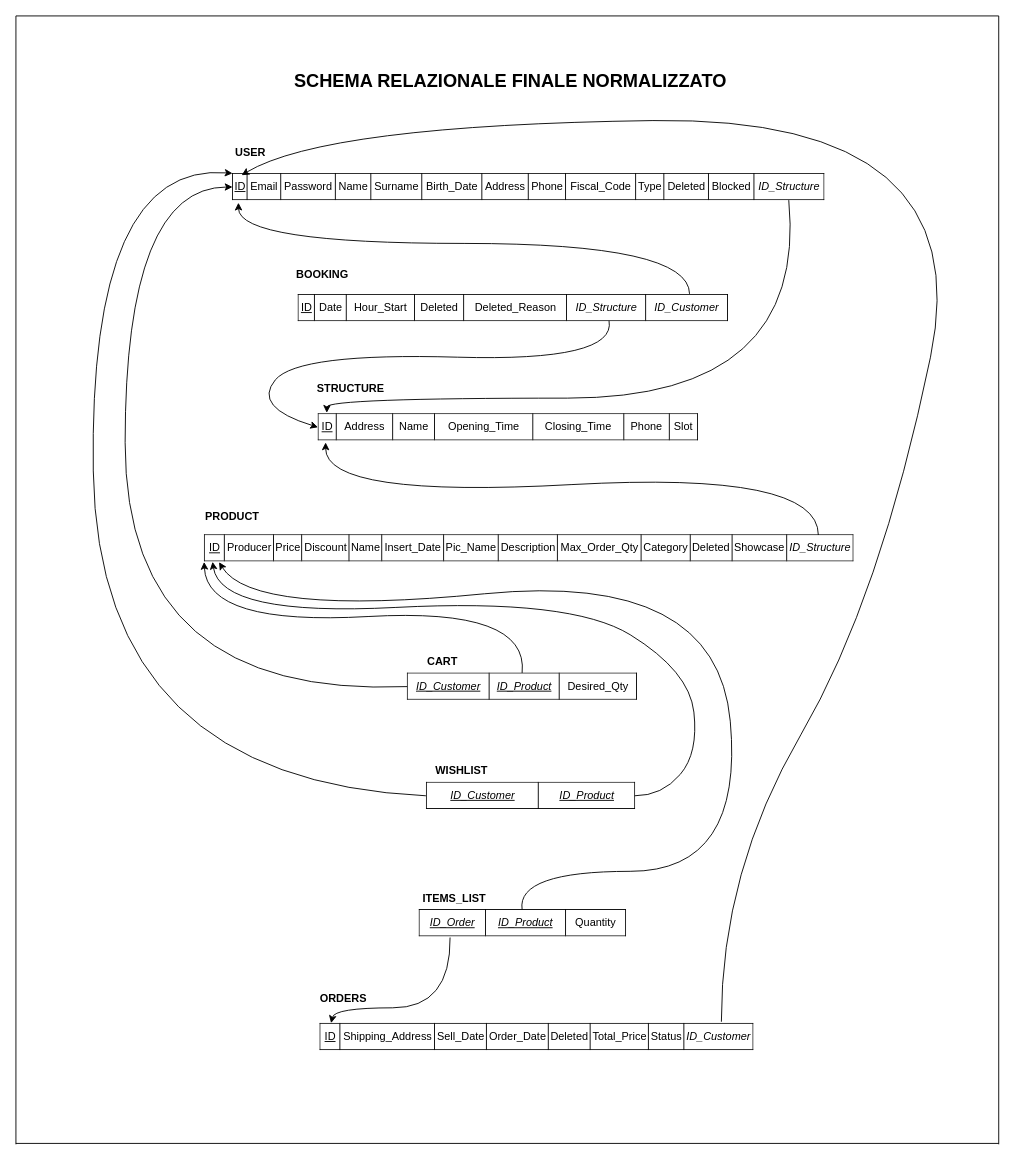
The draw.io diagram db/Final_Schema_Relazionale_NORMALIZZATO.drawio in lilpilgit/Barber, before the edit. Source tidied: cells renumbered, new cells numbered last; positions are measured from the earlier drawing's top-left corner, leaving out a move shared by most shapes. Both pictures are drawn from the tidied source at 91%, with x=0, y=0 at pixel (15, 15).
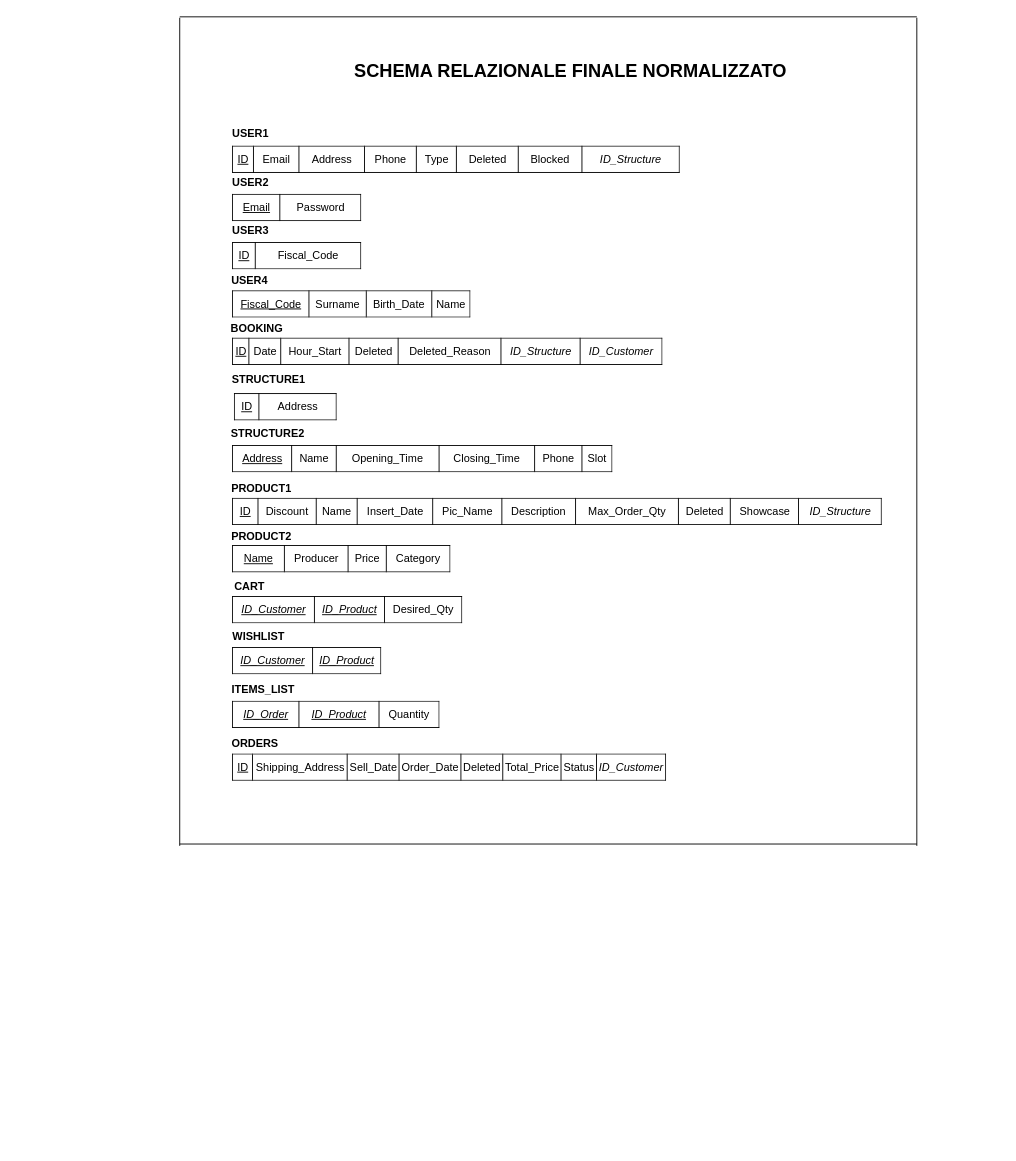
The same diagram, later.

Change to the diagram source:
```diff
@@
-    <mxCell id="2" value="&lt;table border=&quot;1&quot; width=&quot;100%&quot; style=&quot;width: 100% ; height: 100% ; border-collapse: collapse ; border: 1px solid rgb(0 , 0 , 0)&quot;&gt;&lt;tbody&gt;&lt;tr&gt;&lt;td&gt;&lt;u&gt;ID&lt;/u&gt;&lt;/td&gt;&lt;td&gt;Address&lt;/td&gt;&lt;td&gt;Name&lt;/td&gt;&lt;td&gt;Opening_Time&lt;/td&gt;&lt;td&gt;Closing_Time&lt;/td&gt;&lt;td&gt;Phone&lt;/td&gt;&lt;td&gt;Slot&lt;/td&gt;&lt;/tr&gt;&lt;/tbody&gt;&lt;/table&gt;" style="text;html=1;strokeColor=none;fillColor=none;overflow=fill;align=center;" parent="1" vertex="1">
-      <mxGeometry x="332" y="437" width="417.5" height="30" as="geometry" />
+    <mxCell id="2" value="&lt;table border=&quot;1&quot; width=&quot;100%&quot; style=&quot;width: 100% ; height: 100% ; border-collapse: collapse ; border: 1px solid rgb(0 , 0 , 0)&quot;&gt;&lt;tbody&gt;&lt;tr&gt;&lt;td&gt;&lt;u&gt;Address&lt;/u&gt;&lt;/td&gt;&lt;td&gt;Name&lt;/td&gt;&lt;td&gt;Opening_Time&lt;/td&gt;&lt;td&gt;Closing_Time&lt;/td&gt;&lt;td&gt;Phone&lt;/td&gt;&lt;td&gt;Slot&lt;/td&gt;&lt;/tr&gt;&lt;/tbody&gt;&lt;/table&gt;" style="text;html=1;strokeColor=none;fillColor=none;overflow=fill;align=center;" parent="1" vertex="1">
+      <mxGeometry x="238" y="472" width="417.5" height="30" as="geometry" />
     </mxCell>
-    <mxCell id="3" value="&lt;b&gt;STRUCTURE&lt;/b&gt;" style="text;html=1;strokeColor=none;fillColor=none;align=center;verticalAlign=middle;whiteSpace=wrap;rounded=0;" parent="1" vertex="1">
-      <mxGeometry x="347.5" y="400" width="40" height="20" as="geometry" />
+    <mxCell id="3" value="&lt;b&gt;STRUCTURE2&lt;/b&gt;" style="text;html=1;strokeColor=none;fillColor=none;align=center;verticalAlign=middle;whiteSpace=wrap;rounded=0;" parent="1" vertex="1">
+      <mxGeometry x="256.5" y="449" width="40" height="20" as="geometry" />
     </mxCell>
     <mxCell id="4" value="&lt;table border=&quot;1&quot; width=&quot;100%&quot; style=&quot;width: 100% ; height: 100% ; border-collapse: collapse ; border: 1px solid rgb(0 , 0 , 0)&quot;&gt;&lt;tbody&gt;&lt;tr&gt;&lt;td&gt;&lt;u&gt;ID&lt;/u&gt;&lt;/td&gt;&lt;td&gt;Date&lt;/td&gt;&lt;td&gt;Hour_Start&lt;/td&gt;&lt;td&gt;Deleted&lt;/td&gt;&lt;td&gt;Deleted_Reason&lt;/td&gt;&lt;td&gt;&lt;i&gt;ID_Structure&lt;/i&gt;&lt;/td&gt;&lt;td&gt;&lt;i&gt;ID_Customer&lt;/i&gt;&lt;/td&gt;&lt;/tr&gt;&lt;/tbody&gt;&lt;/table&gt;" style="text;html=1;strokeColor=none;fillColor=none;overflow=fill;align=center;" parent="1" vertex="1">
-      <mxGeometry x="309.8" y="306" width="473" height="30" as="geometry" />
+      <mxGeometry x="238" y="354" width="473" height="30" as="geometry" />
     </mxCell>
     <mxCell id="5" value="&lt;b&gt;BOOKING&lt;/b&gt;" style="text;html=1;strokeColor=none;fillColor=none;align=center;verticalAlign=middle;whiteSpace=wrap;rounded=0;" parent="1" vertex="1">
-      <mxGeometry x="316.8" y="275" width="40" height="20" as="geometry" />
+      <mxGeometry x="245" y="334" width="40" height="20" as="geometry" />
     </mxCell>
-    <mxCell id="6" value="&lt;table border=&quot;1&quot; width=&quot;100%&quot; style=&quot;width: 100% ; height: 100% ; border-collapse: collapse ; border: 1px solid rgb(0 , 0 , 0)&quot;&gt;&lt;tbody&gt;&lt;tr&gt;&lt;td&gt;&amp;nbsp;&lt;u&gt;ID&lt;/u&gt;&amp;nbsp;&lt;/td&gt;&lt;td&gt;Producer&lt;/td&gt;&lt;td&gt;Price&lt;/td&gt;&lt;td&gt;Discount&lt;/td&gt;&lt;td&gt;Name&lt;/td&gt;&lt;td&gt;Insert_Date&lt;/td&gt;&lt;td&gt;Pic_Name&lt;/td&gt;&lt;td&gt;Description&lt;/td&gt;&lt;td&gt;Max_Order_Qty&lt;/td&gt;&lt;td&gt;Category&lt;/td&gt;&lt;td&gt;Deleted&lt;/td&gt;&lt;td&gt;Showcase&lt;/td&gt;&lt;td&gt;&lt;i&gt;ID_Structure&lt;/i&gt;&lt;/td&gt;&lt;/tr&gt;&lt;/tbody&gt;&lt;/table&gt;" style="text;html=1;strokeColor=none;fillColor=none;overflow=fill;align=center;" parent="1" vertex="1">
-      <mxGeometry x="206.8" y="570" width="713.5" height="30" as="geometry" />
+    <mxCell id="6" value="&lt;table border=&quot;1&quot; width=&quot;100%&quot; style=&quot;width: 100% ; height: 100% ; border-collapse: collapse ; border: 1px solid rgb(0 , 0 , 0)&quot;&gt;&lt;tbody&gt;&lt;tr&gt;&lt;td&gt;&amp;nbsp;&lt;u&gt;ID&lt;/u&gt;&amp;nbsp;&lt;/td&gt;&lt;td&gt;Discount&lt;/td&gt;&lt;td&gt;Name&lt;/td&gt;&lt;td&gt;Insert_Date&lt;/td&gt;&lt;td&gt;Pic_Name&lt;/td&gt;&lt;td&gt;Description&lt;/td&gt;&lt;td&gt;Max_Order_Qty&lt;/td&gt;&lt;td&gt;Deleted&lt;/td&gt;&lt;td&gt;Showcase&lt;/td&gt;&lt;td&gt;&lt;i&gt;ID_Structure&lt;/i&gt;&lt;/td&gt;&lt;/tr&gt;&lt;/tbody&gt;&lt;/table&gt;" style="text;html=1;strokeColor=none;fillColor=none;overflow=fill;align=center;" parent="1" vertex="1">
+      <mxGeometry x="238" y="530" width="713.5" height="30" as="geometry" />
     </mxCell>
-    <mxCell id="7" value="&lt;b&gt;PRODUCT&lt;/b&gt;" style="text;html=1;strokeColor=none;fillColor=none;align=center;verticalAlign=middle;whiteSpace=wrap;rounded=0;" parent="1" vertex="1">
-      <mxGeometry x="218.2" y="540" width="40" height="20" as="geometry" />
+    <mxCell id="7" value="&lt;b&gt;PRODUCT1&lt;/b&gt;" style="text;html=1;strokeColor=none;fillColor=none;align=center;verticalAlign=middle;whiteSpace=wrap;rounded=0;" parent="1" vertex="1">
+      <mxGeometry x="249.5" y="510" width="40" height="20" as="geometry" />
     </mxCell>
     <mxCell id="8" value="&lt;table border=&quot;1&quot; width=&quot;100%&quot; style=&quot;width: 100% ; height: 100% ; border-collapse: collapse ; border: 1px solid rgb(0 , 0 , 0)&quot;&gt;&lt;tbody&gt;&lt;tr&gt;&lt;td&gt;&lt;span style=&quot;font-style: normal&quot;&gt;&amp;nbsp;&lt;u&gt;ID&lt;/u&gt;&amp;nbsp;&lt;/span&gt;&lt;/td&gt;&lt;td&gt;&lt;span style=&quot;font-style: normal&quot;&gt;Shipping_Address&lt;/span&gt;&lt;/td&gt;&lt;td&gt;&lt;span style=&quot;font-style: normal&quot;&gt;Sell_Date&lt;/span&gt;&lt;/td&gt;&lt;td&gt;&lt;span style=&quot;font-style: normal&quot;&gt;Order_Date&lt;/span&gt;&lt;/td&gt;&lt;td&gt;&lt;span style=&quot;font-style: normal&quot;&gt;Deleted&lt;/span&gt;&lt;/td&gt;&lt;td&gt;&lt;span style=&quot;font-style: normal&quot;&gt;Total_Price&lt;/span&gt;&lt;/td&gt;&lt;td&gt;&lt;span style=&quot;font-style: normal&quot;&gt;Status&lt;/span&gt;&lt;/td&gt;&lt;td&gt;ID_Customer&lt;/td&gt;&lt;/tr&gt;&lt;/tbody&gt;&lt;/table&gt;" style="text;html=1;strokeColor=none;fillColor=none;overflow=fill;align=center;fontStyle=2;" parent="1" vertex="1">
-      <mxGeometry x="333.5" y="1107" width="476.5" height="30" as="geometry" />
+      <mxGeometry x="238.2" y="811" width="476.5" height="30" as="geometry" />
     </mxCell>
     <mxCell id="9" value="&lt;b&gt;ORDERS&lt;/b&gt;" style="text;html=1;strokeColor=none;fillColor=none;align=center;verticalAlign=middle;whiteSpace=wrap;rounded=0;" parent="1" vertex="1">
-      <mxGeometry x="332" y="1070" width="55.5" height="20" as="geometry" />
+      <mxGeometry x="235" y="790" width="55.5" height="20" as="geometry" />
     </mxCell>
-    <mxCell id="10" value="&lt;table border=&quot;1&quot; width=&quot;100%&quot; style=&quot;width: 100% ; height: 100% ; border-collapse: collapse ; border: 1px solid rgb(0 , 0 , 0)&quot;&gt;&lt;tbody&gt;&lt;tr&gt;&lt;td&gt;&lt;u&gt;ID&lt;/u&gt;&lt;/td&gt;&lt;td&gt;Email&lt;/td&gt;&lt;td&gt;Password&lt;/td&gt;&lt;td&gt;Name&lt;/td&gt;&lt;td&gt;Surname&lt;/td&gt;&lt;td&gt;Birth_Date&lt;/td&gt;&lt;td&gt;Address&lt;/td&gt;&lt;td&gt;Phone&lt;/td&gt;&lt;td&gt;Fiscal_Code&lt;/td&gt;&lt;td&gt;Type&lt;/td&gt;&lt;td&gt;Deleted&lt;/td&gt;&lt;td&gt;Blocked&lt;/td&gt;&lt;td&gt;&lt;i&gt;ID_Structure&lt;/i&gt;&lt;/td&gt;&lt;/tr&gt;&lt;/tbody&gt;&lt;/table&gt;" style="text;html=1;strokeColor=none;fillColor=none;overflow=fill;align=center;" parent="1" vertex="1">
-      <mxGeometry x="238" y="173" width="651" height="30" as="geometry" />
+    <mxCell id="10" value="&lt;table border=&quot;1&quot; width=&quot;100%&quot; style=&quot;width: 100% ; height: 100% ; border-collapse: collapse ; border: 1px solid rgb(0 , 0 , 0)&quot;&gt;&lt;tbody&gt;&lt;tr&gt;&lt;td&gt;&lt;u&gt;ID&lt;/u&gt;&lt;/td&gt;&lt;td&gt;Email&lt;/td&gt;&lt;td&gt;Address&lt;/td&gt;&lt;td&gt;Phone&lt;/td&gt;&lt;td&gt;Type&lt;/td&gt;&lt;td&gt;Deleted&lt;/td&gt;&lt;td&gt;Blocked&lt;/td&gt;&lt;td&gt;&lt;i&gt;ID_Structure&lt;/i&gt;&lt;/td&gt;&lt;/tr&gt;&lt;/tbody&gt;&lt;/table&gt;" style="text;html=1;strokeColor=none;fillColor=none;overflow=fill;align=center;" parent="1" vertex="1">
+      <mxGeometry x="238" y="143" width="492" height="30" as="geometry" />
     </mxCell>
-    <mxCell id="11" value="&lt;b&gt;USER&lt;/b&gt;" style="text;html=1;strokeColor=none;fillColor=none;align=center;verticalAlign=middle;whiteSpace=wrap;rounded=0;" parent="1" vertex="1">
-      <mxGeometry x="238" y="140" width="40" height="20" as="geometry" />
+    <mxCell id="11" value="&lt;b&gt;USER1&lt;/b&gt;" style="text;html=1;strokeColor=none;fillColor=none;align=center;verticalAlign=middle;whiteSpace=wrap;rounded=0;" parent="1" vertex="1">
+      <mxGeometry x="238" y="120" width="40" height="20" as="geometry" />
     </mxCell>
     <mxCell id="12" value="&lt;b&gt;&lt;font style=&quot;font-size: 20px&quot;&gt;SCHEMA RELAZIONALE FINALE NORMALIZZATO&lt;/font&gt;&lt;/b&gt;" style="text;html=1;strokeColor=none;fillColor=none;align=left;verticalAlign=middle;whiteSpace=wrap;rounded=0;" parent="1" vertex="1">
-      <mxGeometry x="304" y="61" width="606" height="20" as="geometry" />
+      <mxGeometry x="370" y="50" width="606" height="20" as="geometry" />
     </mxCell>
     <mxCell id="13" style="endArrow=none;html=1;rounded=0;strokeColor=#000000;" parent="1" edge="1">
       <mxGeometry relative="1" as="geometry">
-        <mxPoint y="1240" as="sourcePoint" />
-        <mxPoint as="targetPoint" />
+        <mxPoint x="180" y="912" as="sourcePoint" />
+        <mxPoint x="180" y="2" as="targetPoint" />
       </mxGeometry>
     </mxCell>
     <mxCell id="14" style="endArrow=none;html=1;rounded=0;strokeColor=#000000;" parent="1" edge="1">
       <mxGeometry relative="1" as="geometry">
-        <mxPoint as="sourcePoint" />
-        <mxPoint x="1080" as="targetPoint" />
+        <mxPoint x="180" y="1" as="sourcePoint" />
+        <mxPoint x="990" y="1" as="targetPoint" />
       </mxGeometry>
     </mxCell>
     <mxCell id="15" style="endArrow=none;html=1;rounded=0;strokeColor=#000000;" parent="1" edge="1">
       <mxGeometry relative="1" as="geometry">
-        <mxPoint x="1080" y="1240" as="sourcePoint" />
-        <mxPoint x="1080" as="targetPoint" />
+        <mxPoint x="990" y="912" as="sourcePoint" />
+        <mxPoint x="990" y="2" as="targetPoint" />
       </mxGeometry>
     </mxCell>
     <mxCell id="16" style="endArrow=none;html=1;rounded=0;strokeColor=#000000;" parent="1" edge="1">
       <mxGeometry relative="1" as="geometry">
-        <mxPoint y="1239" as="sourcePoint" />
-        <mxPoint x="1080" y="1239" as="targetPoint" />
+        <mxPoint x="180" y="910" as="sourcePoint" />
+        <mxPoint x="990" y="910" as="targetPoint" />
       </mxGeometry>
     </mxCell>
     <mxCell id="17" value="&lt;table border=&quot;1&quot; width=&quot;100%&quot; style=&quot;width: 100% ; height: 100% ; border-collapse: collapse ; border: 1px solid rgb(0 , 0 , 0)&quot;&gt;&lt;tbody&gt;&lt;tr&gt;&lt;td&gt;&lt;u&gt;ID_Customer&lt;/u&gt;&lt;/td&gt;&lt;td&gt;&lt;u&gt;ID_Product&lt;/u&gt;&lt;/td&gt;&lt;td&gt;&lt;span style=&quot;font-style: normal&quot;&gt;Desired_Qty&lt;/span&gt;&lt;/td&gt;&lt;/tr&gt;&lt;/tbody&gt;&lt;/table&gt;" style="text;html=1;strokeColor=none;fillColor=none;overflow=fill;align=center;fontStyle=2;" parent="1" vertex="1">
-      <mxGeometry x="430" y="722" width="252.5" height="30" as="geometry" />
+      <mxGeometry x="238.2" y="638" width="252.5" height="30" as="geometry" />
     </mxCell>
     <mxCell id="18" value="&lt;b&gt;CART&lt;/b&gt;" style="text;html=1;strokeColor=none;fillColor=none;align=center;verticalAlign=middle;whiteSpace=wrap;rounded=0;" parent="1" vertex="1">
-      <mxGeometry x="441" y="700" width="55.5" height="20" as="geometry" />
+      <mxGeometry x="228.5" y="617" width="55.5" height="20" as="geometry" />
     </mxCell>
     <mxCell id="19" value="&lt;table border=&quot;1&quot; width=&quot;100%&quot; style=&quot;width: 100% ; height: 100% ; border-collapse: collapse ; border: 1px solid rgb(0 , 0 , 0)&quot;&gt;&lt;tbody&gt;&lt;tr&gt;&lt;td&gt;&lt;u&gt;ID_Customer&lt;/u&gt;&lt;/td&gt;&lt;td&gt;&lt;u&gt;ID_Product&lt;/u&gt;&lt;/td&gt;&lt;/tr&gt;&lt;/tbody&gt;&lt;/table&gt;" style="text;html=1;strokeColor=none;fillColor=none;overflow=fill;align=center;fontStyle=2;" parent="1" vertex="1">
-      <mxGeometry x="450.5" y="842" width="229.5" height="30" as="geometry" />
+      <mxGeometry x="238.2" y="694" width="163.8" height="30" as="geometry" />
     </mxCell>
     <mxCell id="20" value="&lt;b&gt;WISHLIST&lt;/b&gt;" style="text;html=1;strokeColor=none;fillColor=none;align=center;verticalAlign=middle;whiteSpace=wrap;rounded=0;" parent="1" vertex="1">
-      <mxGeometry x="461.5" y="820" width="55.5" height="20" as="geometry" />
+      <mxGeometry x="239" y="672" width="55.5" height="20" as="geometry" />
     </mxCell>
     <mxCell id="21" value="&lt;table border=&quot;1&quot; width=&quot;100%&quot; style=&quot;width: 100% ; height: 100% ; border-collapse: collapse ; border: 1px solid rgb(0 , 0 , 0)&quot;&gt;&lt;tbody&gt;&lt;tr&gt;&lt;td&gt;&lt;u&gt;ID_Order&lt;/u&gt;&lt;br&gt;&lt;/td&gt;&lt;td&gt;&lt;u&gt;ID_Product&lt;/u&gt;&lt;/td&gt;&lt;td&gt;&lt;span style=&quot;font-style: normal&quot;&gt;Quantity&lt;/span&gt;&lt;/td&gt;&lt;/tr&gt;&lt;/tbody&gt;&lt;/table&gt;" style="text;html=1;strokeColor=none;fillColor=none;overflow=fill;align=center;fontStyle=2;" parent="1" vertex="1">
-      <mxGeometry x="442.5" y="982" width="227.5" height="30" as="geometry" />
+      <mxGeometry x="238.2" y="753" width="227.5" height="30" as="geometry" />
     </mxCell>
     <mxCell id="22" value="&lt;b&gt;ITEMS_LIST&lt;/b&gt;" style="text;html=1;strokeColor=none;fillColor=none;align=center;verticalAlign=middle;whiteSpace=wrap;rounded=0;" parent="1" vertex="1">
-      <mxGeometry x="453.5" y="960" width="55.5" height="20" as="geometry" />
+      <mxGeometry x="243.8" y="731" width="55.5" height="20" as="geometry" />
     </mxCell>
-    <mxCell id="23" style="curved=1;endArrow=classic;html=1;entryX=0.01;entryY=1.075;entryDx=0;entryDy=0;entryPerimeter=0;exitX=0.91;exitY=-0.019;exitDx=0;exitDy=0;exitPerimeter=0;" parent="1" edge="1" source="4" target="10">
-      <mxGeometry relative="1" as="geometry">
-        <Array as="points">
-          <mxPoint x="740" y="250" />
-          <mxPoint x="245" y="250" />
-        </Array>
-      </mxGeometry>
-    </mxCell>
-    <mxCell id="24" style="curved=1;endArrow=classic;html=1;entryX=0.023;entryY=-0.029;entryDx=0;entryDy=0;entryPerimeter=0;exitX=0.939;exitY=0.981;exitDx=0;exitDy=0;exitPerimeter=0;" parent="1" edge="1" source="10" target="2">
-      <mxGeometry relative="1" as="geometry">
-        <Array as="points">
-          <mxPoint x="870" y="420" />
-          <mxPoint x="342" y="420" />
-        </Array>
-      </mxGeometry>
-    </mxCell>
-    <mxCell id="25" style="curved=1;endArrow=classic;html=1;entryX=0;entryY=0.5;entryDx=0;entryDy=0;exitX=0.723;exitY=0.967;exitDx=0;exitDy=0;exitPerimeter=0;" parent="1" edge="1" source="4" target="2">
-      <mxGeometry relative="1" as="geometry">
-        <Array as="points">
-          <mxPoint x="660" y="380" />
-          <mxPoint x="310" y="370" />
-          <mxPoint x="260" y="430" />
-        </Array>
-      </mxGeometry>
-    </mxCell>
-    <mxCell id="26" style="curved=1;endArrow=classic;html=1;entryX=0.02;entryY=1.057;entryDx=0;entryDy=0;entryPerimeter=0;exitX=0.946;exitY=0.014;exitDx=0;exitDy=0;exitPerimeter=0;" parent="1" edge="1" source="6" target="2">
-      <mxGeometry relative="1" as="geometry">
-        <Array as="points">
-          <mxPoint x="882" y="500" />
-          <mxPoint x="340" y="530" />
-        </Array>
-      </mxGeometry>
-    </mxCell>
-    <mxCell id="27" style="curved=1;endArrow=classic;html=1;entryX=0;entryY=1;entryDx=0;entryDy=0;exitX=0.5;exitY=0;exitDx=0;exitDy=0;" parent="1" edge="1" source="17" target="6">
-      <mxGeometry relative="1" as="geometry">
-        <Array as="points">
-          <mxPoint x="564" y="650" />
-          <mxPoint x="210" y="670" />
-        </Array>
-      </mxGeometry>
-    </mxCell>
-    <mxCell id="28" style="curved=1;endArrow=classic;html=1;entryX=0;entryY=0.5;entryDx=0;entryDy=0;exitX=0;exitY=0.5;exitDx=0;exitDy=0;" parent="1" edge="1" source="17" target="10">
-      <mxGeometry relative="1" as="geometry">
-        <Array as="points">
-          <mxPoint x="120" y="750" />
-          <mxPoint x="120" y="188" />
-        </Array>
-      </mxGeometry>
-    </mxCell>
-    <mxCell id="29" style="curved=1;endArrow=classic;html=1;entryX=0;entryY=0;entryDx=0;entryDy=0;exitX=0;exitY=0.5;exitDx=0;exitDy=0;" parent="1" edge="1" source="19" target="10">
-      <mxGeometry relative="1" as="geometry">
-        <Array as="points">
-          <mxPoint x="90" y="840" />
-          <mxPoint x="80" y="160" />
-        </Array>
-      </mxGeometry>
-    </mxCell>
-    <mxCell id="30" style="curved=1;endArrow=classic;html=1;entryX=0.013;entryY=0.996;entryDx=0;entryDy=0;entryPerimeter=0;exitX=1;exitY=0.5;exitDx=0;exitDy=0;" parent="1" edge="1" source="19" target="6">
-      <mxGeometry relative="1" as="geometry">
-        <Array as="points">
-          <mxPoint x="710" y="857" />
-          <mxPoint x="750" y="810" />
-          <mxPoint x="740" y="720" />
-          <mxPoint x="610" y="640" />
-          <mxPoint x="225" y="660" />
-        </Array>
-      </mxGeometry>
-    </mxCell>
-    <mxCell id="31" style="curved=1;endArrow=classic;html=1;exitX=0.927;exitY=-0.057;exitDx=0;exitDy=0;exitPerimeter=0;" parent="1" edge="1" source="8">
-      <mxGeometry relative="1" as="geometry">
-        <mxPoint x="248" y="175" as="targetPoint" />
-        <Array as="points">
-          <mxPoint x="775" y="940" />
-          <mxPoint x="950" y="640" />
-          <mxPoint x="1060" y="110" />
-          <mxPoint x="340" y="120" />
-        </Array>
-      </mxGeometry>
-    </mxCell>
-    <mxCell id="32" style="curved=1;endArrow=classic;html=1;exitX=0.152;exitY=1.024;exitDx=0;exitDy=0;exitPerimeter=0;entryX=0.027;entryY=-0.006;entryDx=0;entryDy=0;entryPerimeter=0;" parent="1" edge="1" source="21" target="8">
-      <mxGeometry relative="1" as="geometry">
-        <Array as="points">
-          <mxPoint x="478" y="1090" />
-          <mxPoint x="350" y="1090" />
-        </Array>
-      </mxGeometry>
-    </mxCell>
-    <mxCell id="33" style="curved=1;endArrow=classic;html=1;entryX=0.023;entryY=1.01;entryDx=0;entryDy=0;entryPerimeter=0;exitX=0.5;exitY=0;exitDx=0;exitDy=0;" parent="1" edge="1" source="21" target="6">
-      <mxGeometry relative="1" as="geometry">
-        <Array as="points">
-          <mxPoint x="550" y="940" />
-          <mxPoint x="800" y="940" />
-          <mxPoint x="770" y="610" />
-          <mxPoint x="260" y="660" />
-        </Array>
-      </mxGeometry>
-    </mxCell>
+    <mxCell id="34" value="&lt;table border=&quot;1&quot; width=&quot;100%&quot; style=&quot;width: 100% ; height: 100% ; border-collapse: collapse ; border: 1px solid rgb(0 , 0 , 0)&quot;&gt;&lt;tbody&gt;&lt;tr&gt;&lt;td&gt;&lt;u&gt;Email&lt;/u&gt;&lt;/td&gt;&lt;td&gt;Password&lt;/td&gt;&lt;/tr&gt;&lt;/tbody&gt;&lt;/table&gt;" style="text;html=1;strokeColor=none;fillColor=none;overflow=fill;align=center;" parent="1" vertex="1">
+      <mxGeometry x="238" y="196" width="142" height="30" as="geometry" />
+    </mxCell>
+    <mxCell id="35" value="&lt;b&gt;USER2&lt;/b&gt;" style="text;html=1;strokeColor=none;fillColor=none;align=center;verticalAlign=middle;whiteSpace=wrap;rounded=0;" parent="1" vertex="1">
+      <mxGeometry x="238" y="173" width="40" height="20" as="geometry" />
+    </mxCell>
+    <mxCell id="36" value="&lt;table border=&quot;1&quot; width=&quot;100%&quot; style=&quot;width: 100% ; height: 100% ; border-collapse: collapse ; border: 1px solid rgb(0 , 0 , 0)&quot;&gt;&lt;tbody&gt;&lt;tr&gt;&lt;td&gt;&lt;u&gt;Fiscal_Code&lt;/u&gt;&lt;br&gt;&lt;/td&gt;&lt;td&gt;Surname&lt;/td&gt;&lt;td&gt;Birth_Date&lt;/td&gt;&lt;td&gt;Name&lt;/td&gt;&lt;/tr&gt;&lt;/tbody&gt;&lt;/table&gt;" style="text;html=1;strokeColor=none;fillColor=none;overflow=fill;align=center;" parent="1" vertex="1">
+      <mxGeometry x="238" y="302" width="262" height="30" as="geometry" />
+    </mxCell>
+    <mxCell id="37" value="&lt;b&gt;USER4&lt;/b&gt;" style="text;html=1;strokeColor=none;fillColor=none;align=center;verticalAlign=middle;whiteSpace=wrap;rounded=0;" parent="1" vertex="1">
+      <mxGeometry x="237" y="281" width="40" height="20" as="geometry" />
+    </mxCell>
+    <mxCell id="38" value="&lt;table border=&quot;1&quot; width=&quot;100%&quot; style=&quot;width: 100% ; height: 100% ; border-collapse: collapse ; border: 1px solid rgb(0 , 0 , 0)&quot;&gt;&lt;tbody&gt;&lt;tr&gt;&lt;td&gt;&lt;u&gt;ID&lt;/u&gt;&lt;/td&gt;&lt;td&gt;Fiscal_Code&lt;/td&gt;&lt;/tr&gt;&lt;/tbody&gt;&lt;/table&gt;" style="text;html=1;strokeColor=none;fillColor=none;overflow=fill;align=center;" parent="1" vertex="1">
+      <mxGeometry x="238" y="249" width="142" height="30" as="geometry" />
+    </mxCell>
+    <mxCell id="39" value="&lt;b&gt;USER3&lt;/b&gt;" style="text;html=1;strokeColor=none;fillColor=none;align=center;verticalAlign=middle;whiteSpace=wrap;rounded=0;" parent="1" vertex="1">
+      <mxGeometry x="238" y="226" width="40" height="20" as="geometry" />
+    </mxCell>
+    <mxCell id="40" value="&lt;table border=&quot;1&quot; width=&quot;100%&quot; style=&quot;width: 100% ; height: 100% ; border-collapse: collapse ; border: 1px solid rgb(0 , 0 , 0)&quot;&gt;&lt;tbody&gt;&lt;tr&gt;&lt;td&gt;&lt;u&gt;ID&lt;/u&gt;&lt;/td&gt;&lt;td&gt;Address&lt;/td&gt;&lt;/tr&gt;&lt;/tbody&gt;&lt;/table&gt;" style="text;html=1;strokeColor=none;fillColor=none;overflow=fill;align=center;" parent="1" vertex="1">
+      <mxGeometry x="239.5" y="415" width="113.2" height="30" as="geometry" />
+    </mxCell>
+    <mxCell id="41" value="&lt;b&gt;STRUCTURE1&lt;/b&gt;" style="text;html=1;strokeColor=none;fillColor=none;align=center;verticalAlign=middle;whiteSpace=wrap;rounded=0;" parent="1" vertex="1">
+      <mxGeometry x="258" y="390" width="40" height="20" as="geometry" />
+    </mxCell>
+    <mxCell id="42" value="&lt;table border=&quot;1&quot; width=&quot;100%&quot; style=&quot;width: 100% ; height: 100% ; border-collapse: collapse ; border: 1px solid rgb(0 , 0 , 0)&quot;&gt;&lt;tbody&gt;&lt;tr&gt;&lt;td&gt;&amp;nbsp;&lt;u&gt;Name&lt;/u&gt;&amp;nbsp;&lt;/td&gt;&lt;td&gt;Producer&lt;/td&gt;&lt;td&gt;Price&lt;/td&gt;&lt;td&gt;Category&lt;/td&gt;&lt;/tr&gt;&lt;/tbody&gt;&lt;/table&gt;" style="text;html=1;strokeColor=none;fillColor=none;overflow=fill;align=center;" parent="1" vertex="1">
+      <mxGeometry x="238" y="582" width="240" height="30" as="geometry" />
+    </mxCell>
+    <mxCell id="43" value="&lt;b&gt;PRODUCT2&lt;br&gt;&lt;/b&gt;" style="text;html=1;strokeColor=none;fillColor=none;align=center;verticalAlign=middle;whiteSpace=wrap;rounded=0;" parent="1" vertex="1">
+      <mxGeometry x="249.5" y="562" width="40" height="20" as="geometry" />
+    </mxCell>
```
